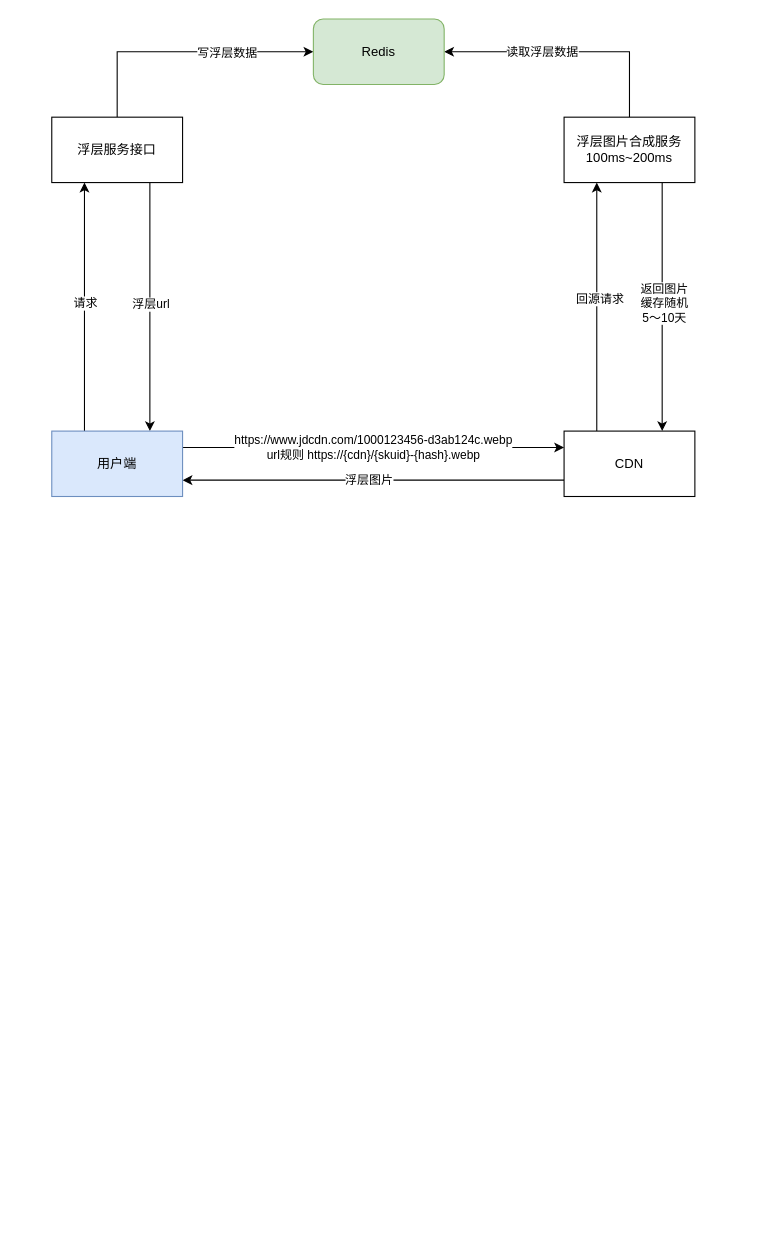
The draw.io diagram 图层合成服务.drawio in baosiqing/draw, before the edit. Source tidied: cells renumbered, new cells numbered last; positions are measured from the earlier drawing's top-left corner, leaving out a move shared by most shapes. Both pictures are drawn from the tidied source at 109%, with x=0, y=0 at pixel (51, 19).
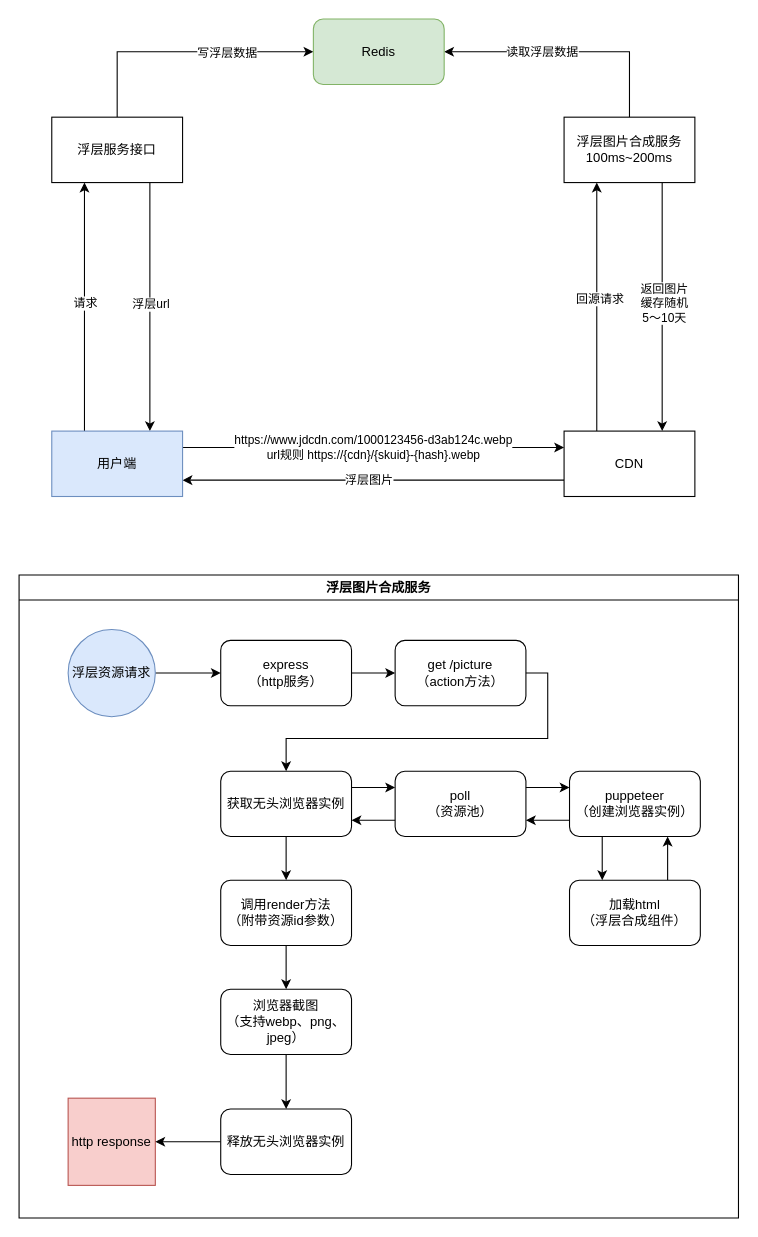
After the change.

Commit message:
更新图层合成服务.drawio

What changed in the source:
```diff
@@
+    <mxCell id="22" value="浮层图片合成服务" style="swimlane;whiteSpace=wrap;html=1;" parent="1" vertex="1">
+      <mxGeometry x="-30" y="510" width="660" height="590" as="geometry" />
+    </mxCell>
+    <mxCell id="23" value="express&lt;br&gt;（http服务）" style="rounded=1;whiteSpace=wrap;html=1;" parent="22" vertex="1">
+      <mxGeometry x="185" y="60" width="120" height="60" as="geometry" />
+    </mxCell>
+    <mxCell id="24" value="poll&lt;br&gt;（资源池）" style="rounded=1;whiteSpace=wrap;html=1;" parent="22" vertex="1">
+      <mxGeometry x="345" y="180" width="120" height="60" as="geometry" />
+    </mxCell>
+    <mxCell id="25" style="edgeStyle=orthogonalEdgeStyle;rounded=0;jettySize=auto;html=1;exitX=0;exitY=0.75;exitDx=0;exitDy=0;entryX=1;entryY=0.75;entryDx=0;entryDy=0;" parent="22" edge="1" source="26" target="24">
+      <mxGeometry relative="1" as="geometry" />
+    </mxCell>
+    <mxCell id="26" value="puppeteer&lt;br&gt;（创建浏览器实例）" style="rounded=1;whiteSpace=wrap;html=1;" parent="22" vertex="1">
+      <mxGeometry x="505" y="180" width="120" height="60" as="geometry" />
+    </mxCell>
+    <mxCell id="27" style="edgeStyle=orthogonalEdgeStyle;rounded=0;jettySize=auto;html=1;exitX=1;exitY=0.25;exitDx=0;exitDy=0;entryX=0;entryY=0.25;entryDx=0;entryDy=0;" parent="22" edge="1" source="24" target="26">
+      <mxGeometry relative="1" as="geometry" />
+    </mxCell>
+    <mxCell id="28" style="edgeStyle=orthogonalEdgeStyle;rounded=0;jettySize=auto;html=1;exitX=1;exitY=0.5;exitDx=0;exitDy=0;" parent="22" edge="1" source="29" target="23">
+      <mxGeometry relative="1" as="geometry" />
+    </mxCell>
+    <mxCell id="29" value="浮层资源请求" style="ellipse;whiteSpace=wrap;html=1;fillColor=#dae8fc;strokeColor=#6c8ebf;" parent="22" vertex="1">
+      <mxGeometry x="45" y="50" width="80" height="80" as="geometry" />
+    </mxCell>
+    <mxCell id="30" value="get /picture&lt;br&gt;（action方法）" style="rounded=1;whiteSpace=wrap;html=1;" parent="22" vertex="1">
+      <mxGeometry x="345" y="60" width="120" height="60" as="geometry" />
+    </mxCell>
+    <mxCell id="31" style="edgeStyle=orthogonalEdgeStyle;rounded=0;jettySize=auto;html=1;exitX=1;exitY=0.5;exitDx=0;exitDy=0;entryX=0;entryY=0.5;entryDx=0;entryDy=0;" parent="22" edge="1" source="23" target="30">
+      <mxGeometry relative="1" as="geometry" />
+    </mxCell>
+    <mxCell id="32" style="edgeStyle=orthogonalEdgeStyle;rounded=0;jettySize=auto;html=1;exitX=1;exitY=0.25;exitDx=0;exitDy=0;entryX=0;entryY=0.25;entryDx=0;entryDy=0;" parent="22" edge="1" source="33" target="24">
+      <mxGeometry relative="1" as="geometry" />
+    </mxCell>
+    <mxCell id="33" value="获取无头浏览器实例" style="rounded=1;whiteSpace=wrap;html=1;" parent="22" vertex="1">
+      <mxGeometry x="185" y="180" width="120" height="60" as="geometry" />
+    </mxCell>
+    <mxCell id="34" style="edgeStyle=orthogonalEdgeStyle;rounded=0;jettySize=auto;html=1;exitX=0;exitY=0.75;exitDx=0;exitDy=0;entryX=1;entryY=0.75;entryDx=0;entryDy=0;" parent="22" edge="1" source="24" target="33">
+      <mxGeometry relative="1" as="geometry" />
+    </mxCell>
+    <mxCell id="35" style="edgeStyle=orthogonalEdgeStyle;rounded=0;jettySize=auto;html=1;exitX=1;exitY=0.5;exitDx=0;exitDy=0;entryX=0.5;entryY=0;entryDx=0;entryDy=0;" parent="22" edge="1" source="30" target="33">
+      <mxGeometry relative="1" as="geometry" />
+    </mxCell>
+    <mxCell id="36" style="edgeStyle=orthogonalEdgeStyle;rounded=0;jettySize=auto;html=1;exitX=0.75;exitY=0;exitDx=0;exitDy=0;entryX=0.75;entryY=1;entryDx=0;entryDy=0;" parent="22" edge="1" source="37" target="26">
+      <mxGeometry relative="1" as="geometry" />
+    </mxCell>
+    <mxCell id="37" value="加载html&lt;br&gt;（浮层合成组件）" style="rounded=1;whiteSpace=wrap;html=1;" parent="22" vertex="1">
+      <mxGeometry x="505" y="280" width="120" height="60" as="geometry" />
+    </mxCell>
+    <mxCell id="38" style="edgeStyle=orthogonalEdgeStyle;rounded=0;jettySize=auto;html=1;exitX=0.25;exitY=1;exitDx=0;exitDy=0;entryX=0.25;entryY=0;entryDx=0;entryDy=0;" parent="22" edge="1" source="26" target="37">
+      <mxGeometry relative="1" as="geometry" />
+    </mxCell>
+    <mxCell id="39" value="调用render方法&lt;br&gt;（附带资源id参数）" style="rounded=1;whiteSpace=wrap;html=1;" parent="22" vertex="1">
+      <mxGeometry x="185" y="280" width="120" height="60" as="geometry" />
+    </mxCell>
+    <mxCell id="40" style="edgeStyle=orthogonalEdgeStyle;rounded=0;jettySize=auto;html=1;exitX=0.5;exitY=1;exitDx=0;exitDy=0;" parent="22" edge="1" source="33" target="39">
+      <mxGeometry relative="1" as="geometry" />
+    </mxCell>
+    <mxCell id="41" value="浏览器截图&lt;br&gt;（支持webp、png、jpeg）" style="rounded=1;whiteSpace=wrap;html=1;" parent="22" vertex="1">
+      <mxGeometry x="185" y="380" width="120" height="60" as="geometry" />
+    </mxCell>
+    <mxCell id="42" style="edgeStyle=orthogonalEdgeStyle;rounded=0;jettySize=auto;html=1;exitX=0.5;exitY=1;exitDx=0;exitDy=0;entryX=0.5;entryY=0;entryDx=0;entryDy=0;" parent="22" edge="1" source="39" target="41">
+      <mxGeometry relative="1" as="geometry" />
+    </mxCell>
+    <mxCell id="43" value="http response" style="whiteSpace=wrap;html=1;fillColor=#f8cecc;strokeColor=#b85450;" parent="22" vertex="1">
+      <mxGeometry x="45" y="480" width="80" height="80" as="geometry" />
+    </mxCell>
+    <mxCell id="44" style="edgeStyle=orthogonalEdgeStyle;rounded=0;jettySize=auto;html=1;exitX=0;exitY=0.5;exitDx=0;exitDy=0;entryX=1;entryY=0.5;entryDx=0;entryDy=0;" parent="22" edge="1" source="45" target="43">
+      <mxGeometry relative="1" as="geometry" />
+    </mxCell>
+    <mxCell id="45" value="释放无头浏览器实例" style="rounded=1;whiteSpace=wrap;html=1;" parent="22" vertex="1">
+      <mxGeometry x="185" y="490" width="120" height="60" as="geometry" />
+    </mxCell>
+    <mxCell id="46" style="edgeStyle=orthogonalEdgeStyle;rounded=0;jettySize=auto;html=1;exitX=0.5;exitY=1;exitDx=0;exitDy=0;entryX=0.5;entryY=0;entryDx=0;entryDy=0;" parent="22" edge="1" source="41" target="45">
+      <mxGeometry relative="1" as="geometry" />
+    </mxCell>
```
